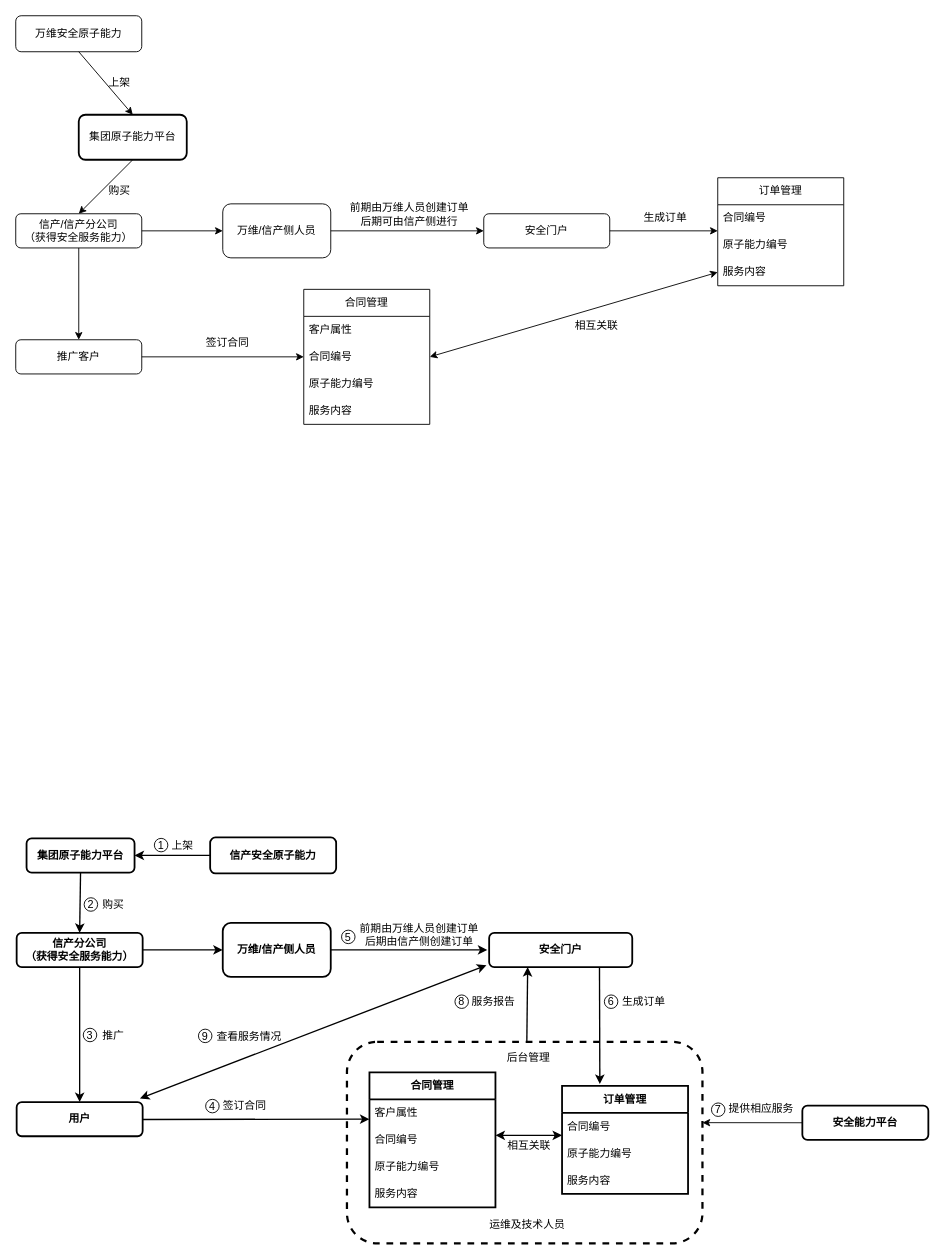
Before: 流程图.drawio in LiuXiaHuu/lyb, a draw.io diagram. Source tidied: cells renumbered, new cells numbered last; positions are measured from the earlier drawing's top-left corner, leaving out a move shared by most shapes. Both pictures are drawn from the tidied source at 90%, with x=0, y=0 at pixel (15, 15).
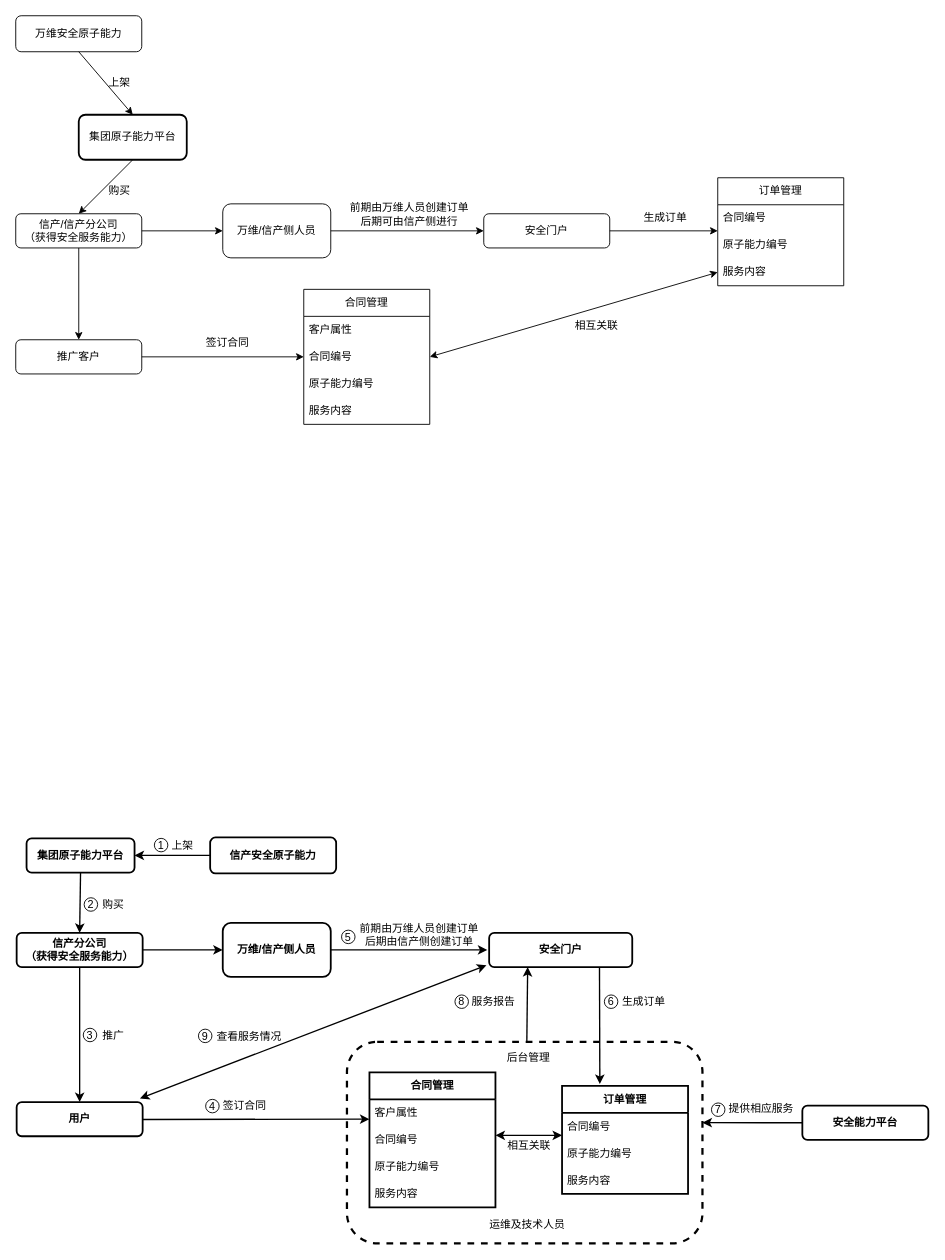
The same diagram, later.

Commit message:
更新流程图.drawio

The change refers to these unchanged cells:
```xml
<mxCell id="60" value="&lt;b&gt;安全能力平台&lt;/b&gt;" style="rounded=1;whiteSpace=wrap;html=1;strokeWidth=2;shadow=0;" parent="1" vertex="1">
  <mxGeometry x="874" y="1211" width="140" height="38" as="geometry" />
</mxCell>
```

What changed in the source:
```diff
@@
-    <mxCell id="78" style="endArrow=classic;html=1;rounded=0;entryX=1;entryY=0.455;entryDx=0;entryDy=0;entryPerimeter=0;exitX=0;exitY=0.5;exitDx=0;exitDy=0;" parent="1" edge="1" source="60">
+    <mxCell id="78" style="endArrow=classic;html=1;rounded=0;entryX=1;entryY=0.455;entryDx=0;entryDy=0;entryPerimeter=0;exitX=0;exitY=0.5;exitDx=0;exitDy=0;strokeWidth=1.5;" parent="1" edge="1" source="60">
       <mxGeometry relative="1" as="geometry">
         <mxPoint x="763" y="1229.9" as="targetPoint" />
       </mxGeometry>
     </mxCell>
```
